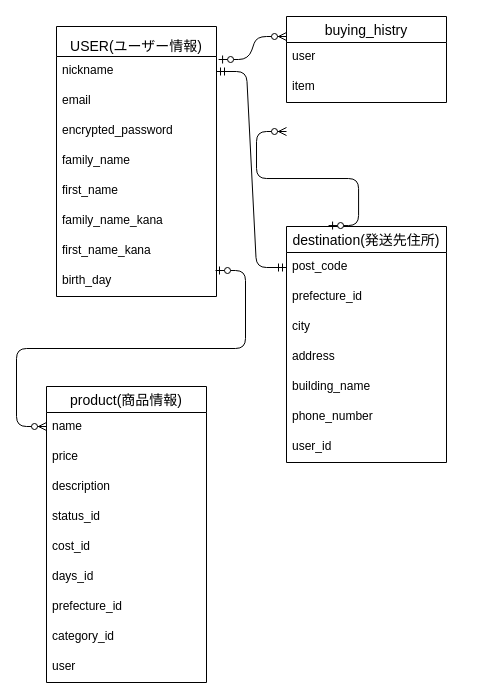
Before: ER.dio in keitogit/furima-37392, a draw.io diagram. Source tidied: cells renumbered, new cells numbered last; positions are measured from the earlier drawing's top-left corner, leaving out a move shared by most shapes. Both pictures are drawn from the tidied source at 100%, with x=0, y=0 at pixel (46, 16).
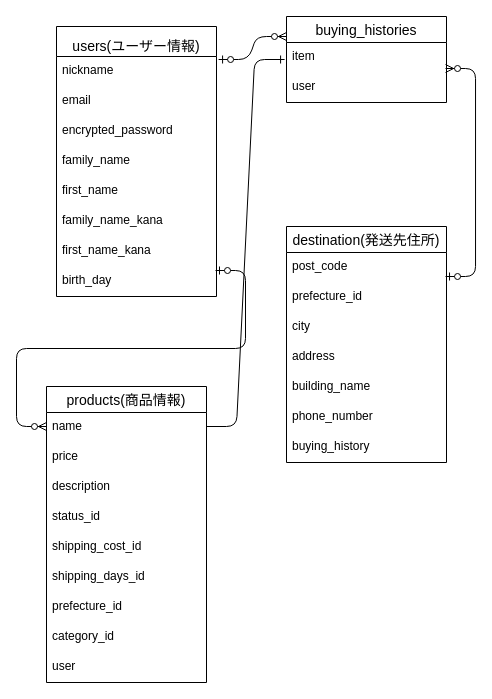
Above is the later version.

Unchanged cells that the change refers to:
```xml
<mxCell id="3" value="nickname" style="text;strokeColor=none;fillColor=none;spacingLeft=4;spacingRight=4;overflow=hidden;points=[[0,0.5],[1,0.5]];portConstraint=eastwest;fontSize=12;" parent="2" vertex="1">
  <mxGeometry y="30" width="160" height="30" as="geometry" />
</mxCell>
<mxCell id="23" value="destination(発送先住所)" style="swimlane;fontStyle=0;horizontal=1;startSize=26;align=center;fontSize=14;labelBackgroundColor=default;" parent="1" vertex="1">
  <mxGeometry x="240" y="210" width="160" height="236" as="geometry" />
</mxCell>
<mxCell id="24" value="post_code" style="text;strokeColor=none;fillColor=none;spacingLeft=4;spacingRight=4;overflow=hidden;points=[[0,0.5],[1,0.5]];portConstraint=eastwest;fontSize=12;labelBackgroundColor=default;" parent="23" vertex="1">
  <mxGeometry y="26" width="160" height="30" as="geometry" />
</mxCell>
```

Change to the diagram source:
```diff
@@
-    <mxCell id="2" value="USER(ユーザー情報)" style="swimlane;fontStyle=0;horizontal=1;startSize=30;align=center;fontSize=14;verticalAlign=bottom;" parent="1" vertex="1">
+    <mxCell id="2" value="users(ユーザー情報)" style="swimlane;fontStyle=0;horizontal=1;startSize=30;align=center;fontSize=14;verticalAlign=bottom;" parent="1" vertex="1">
       <mxGeometry x="10" y="10" width="160" height="270" as="geometry" />
     </mxCell>
@@
-    <mxCell id="12" value="product(商品情報)" style="swimlane;fontStyle=0;horizontal=1;startSize=26;align=center;fontSize=14;" parent="1" vertex="1">
+    <mxCell id="12" value="products(商品情報)" style="swimlane;fontStyle=0;horizontal=1;startSize=26;align=center;fontSize=14;" parent="1" vertex="1">
       <mxGeometry y="370" width="160" height="296" as="geometry" />
     </mxCell>
@@
-    <mxCell id="17" value="cost_id" style="text;strokeColor=none;fillColor=none;spacingLeft=4;spacingRight=4;overflow=hidden;fontSize=12;" parent="12" vertex="1">
+    <mxCell id="17" value="shipping_cost_id" style="text;strokeColor=none;fillColor=none;spacingLeft=4;spacingRight=4;overflow=hidden;fontSize=12;" parent="12" vertex="1">
       <mxGeometry y="146" width="160" height="30" as="geometry" />
     </mxCell>
-    <mxCell id="18" value="days_id" style="text;strokeColor=none;fillColor=none;spacingLeft=4;spacingRight=4;overflow=hidden;fontSize=12;" parent="12" vertex="1">
+    <mxCell id="18" value="shipping_days_id" style="text;strokeColor=none;fillColor=none;spacingLeft=4;spacingRight=4;overflow=hidden;fontSize=12;" parent="12" vertex="1">
       <mxGeometry y="176" width="160" height="30" as="geometry" />
     </mxCell>
@@
-    <mxCell id="30" value="user_id" style="text;strokeColor=none;fillColor=none;spacingLeft=4;spacingRight=4;overflow=hidden;fontSize=12;labelBackgroundColor=default;" parent="23" vertex="1">
+    <mxCell id="30" value="buying_history" style="text;strokeColor=none;fillColor=none;spacingLeft=4;spacingRight=4;overflow=hidden;fontSize=12;labelBackgroundColor=default;" parent="23" vertex="1">
       <mxGeometry y="206" width="160" height="30" as="geometry" />
     </mxCell>
@@
-    <mxCell id="32" style="edgeStyle=entityRelationEdgeStyle;fontSize=12;html=1;endArrow=ERmandOne;startArrow=ERmandOne;exitX=1;exitY=0.5;exitDx=0;exitDy=0;entryX=0;entryY=0.5;entryDx=0;entryDy=0;" parent="1" edge="1" source="3">
-      <mxGeometry relative="1" as="geometry">
-        <mxPoint x="240" y="251" as="targetPoint" />
-      </mxGeometry>
-    </mxCell>
-    <mxCell id="33" value="buying_histry" style="swimlane;fontStyle=0;horizontal=1;startSize=26;align=center;fontSize=14;labelBackgroundColor=default;" parent="1" vertex="1">
+    <mxCell id="33" value="buying_histories" style="swimlane;fontStyle=0;horizontal=1;startSize=26;align=center;fontSize=14;labelBackgroundColor=default;" parent="1" vertex="1">
       <mxGeometry x="240" width="160" height="86" as="geometry" />
     </mxCell>
-    <mxCell id="34" value="user" style="text;strokeColor=none;fillColor=none;spacingLeft=4;spacingRight=4;overflow=hidden;points=[[0,0.5],[1,0.5]];portConstraint=eastwest;fontSize=12;labelBackgroundColor=default;" parent="33" vertex="1">
+    <mxCell id="34" value="item" style="text;strokeColor=none;fillColor=none;spacingLeft=4;spacingRight=4;overflow=hidden;points=[[0,0.5],[1,0.5]];portConstraint=eastwest;fontSize=12;labelBackgroundColor=default;" parent="33" vertex="1">
       <mxGeometry y="26" width="160" height="30" as="geometry" />
     </mxCell>
-    <mxCell id="35" value="item" style="text;strokeColor=none;fillColor=none;spacingLeft=4;spacingRight=4;overflow=hidden;fontSize=12;labelBackgroundColor=default;" parent="33" vertex="1">
+    <mxCell id="35" value="user" style="text;strokeColor=none;fillColor=none;spacingLeft=4;spacingRight=4;overflow=hidden;fontSize=12;labelBackgroundColor=default;" parent="33" vertex="1">
       <mxGeometry y="56" width="160" height="30" as="geometry" />
     </mxCell>
@@
-    <mxCell id="37" style="edgeStyle=entityRelationEdgeStyle;fontSize=12;html=1;endArrow=ERzeroToMany;startArrow=ERzeroToOne;exitX=0.263;exitY=-0.004;exitDx=0;exitDy=0;exitPerimeter=0;entryX=0;entryY=0.967;entryDx=0;entryDy=0;entryPerimeter=0;" parent="1" edge="1" source="23">
-      <mxGeometry relative="1" as="geometry">
-        <mxPoint x="240" y="115" as="targetPoint" />
-      </mxGeometry>
+    <mxCell id="37" style="edgeStyle=entityRelationEdgeStyle;fontSize=12;html=1;endArrow=ERzeroToMany;startArrow=ERzeroToOne;exitX=0.994;exitY=0.8;exitDx=0;exitDy=0;exitPerimeter=0;entryX=0.994;entryY=0.867;entryDx=0;entryDy=0;entryPerimeter=0;" parent="1" edge="1" source="24" target="34">
+      <mxGeometry relative="1" as="geometry" />
     </mxCell>
+    <mxCell id="38" style="edgeStyle=entityRelationEdgeStyle;fontSize=12;html=1;endArrow=ERone;endFill=1;entryX=-0.012;entryY=0.567;entryDx=0;entryDy=0;entryPerimeter=0;" parent="1" edge="1" target="34">
+      <mxGeometry relative="1" as="geometry">
+        <mxPoint x="160" y="410" as="sourcePoint" />
+      </mxGeometry>
+    </mxCell>
```
